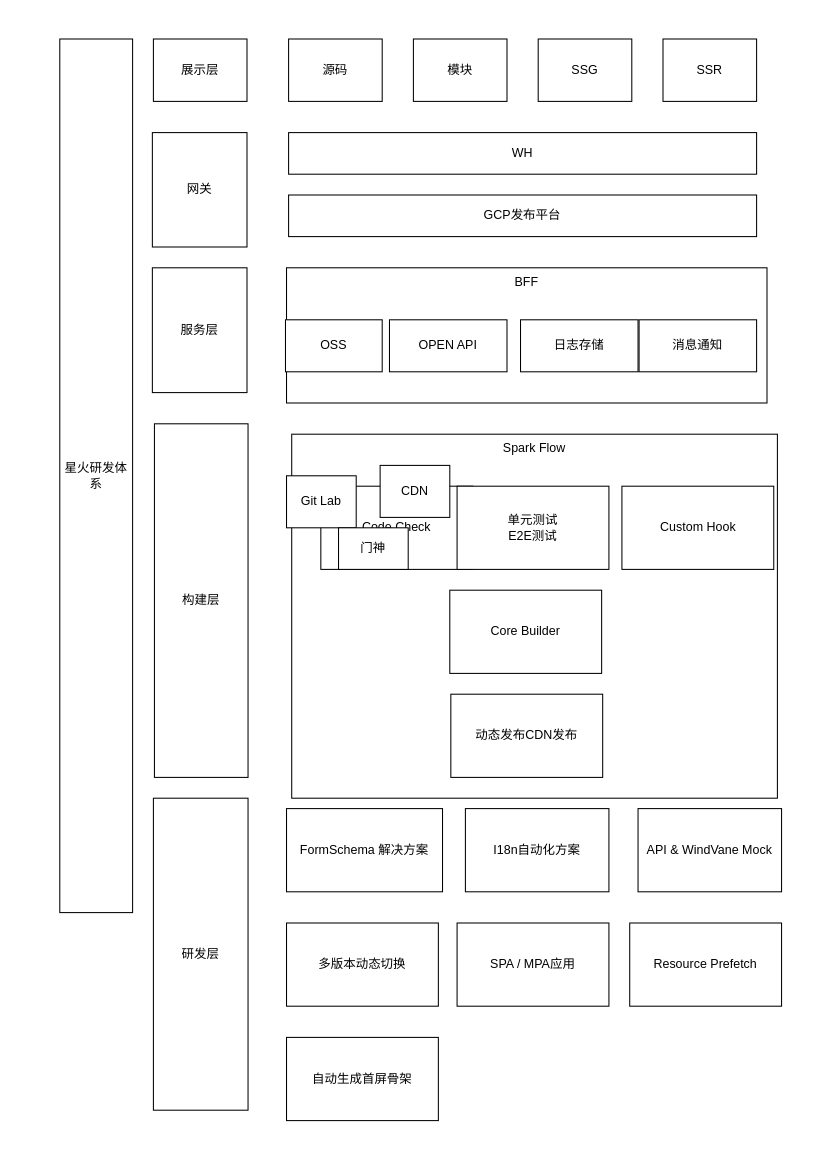
The draw.io diagram 星火架构设计图2.0.drawio in hjyue1/drawDoc, before the edit. Source tidied: cells renumbered, new cells numbered last; positions are measured from the earlier drawing's top-left corner, leaving out a move shared by most shapes. Both pictures are drawn from the tidied source at 104%, with x=0, y=0 at pixel (59, 38).
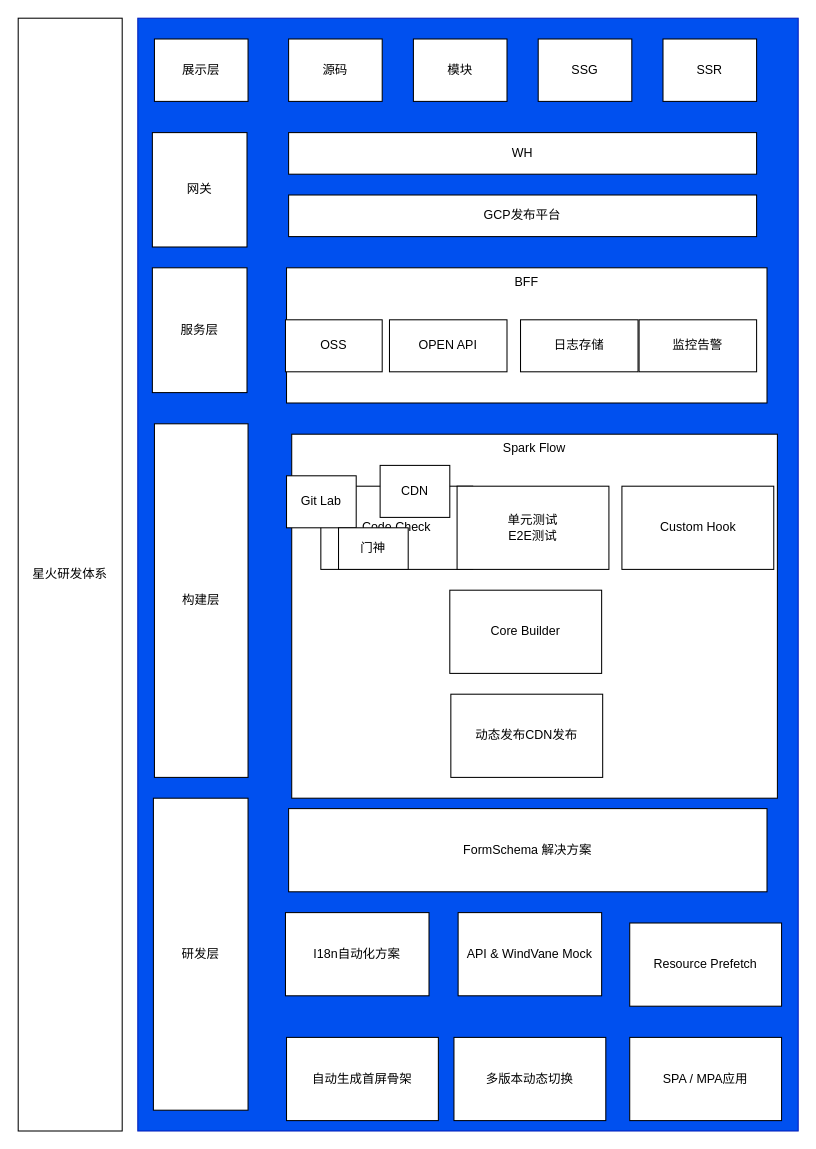
After the change.

Commit message:
更新星火架构设计图2.0.drawio

What changed in the source:
```diff
@@
+    <mxCell id="35" style="rounded=0;whiteSpace=wrap;html=1;fillColor=#0050ef;strokeColor=#001DBC;fontColor=#ffffff;" parent="1" vertex="1">
+      <mxGeometry x="75" y="-20" width="635" height="1070" as="geometry" />
+    </mxCell>
     <mxCell id="2" value="星火研发体系" style="rounded=0;whiteSpace=wrap;html=1;" parent="1" vertex="1">
-      <mxGeometry width="70" height="840" as="geometry" />
+      <mxGeometry x="-40" y="-20" width="100" height="1070" as="geometry" />
     </mxCell>
     <mxCell id="3" value="展示层" style="rounded=0;whiteSpace=wrap;html=1;" parent="1" vertex="1">
-      <mxGeometry x="90" width="90" height="60" as="geometry" />
+      <mxGeometry x="91" width="90" height="60" as="geometry" />
     </mxCell>
@@
     <mxCell id="19" value="FormSchema 解决方案" style="rounded=0;whiteSpace=wrap;html=1;" parent="1" vertex="1">
-      <mxGeometry x="218" y="740" width="150" height="80" as="geometry" />
+      <mxGeometry x="220" y="740" width="460" height="80" as="geometry" />
     </mxCell>
     <mxCell id="20" value="I18n自动化方案" style="rounded=0;whiteSpace=wrap;html=1;" parent="1" vertex="1">
-      <mxGeometry x="390" y="740" width="138" height="80" as="geometry" />
+      <mxGeometry x="217" y="840" width="138" height="80" as="geometry" />
     </mxCell>
@@
     <mxCell id="22" value="多版本动态切换" style="rounded=0;whiteSpace=wrap;html=1;" parent="1" vertex="1">
-      <mxGeometry x="218" y="850" width="146" height="80" as="geometry" />
+      <mxGeometry x="379" y="960" width="146" height="80" as="geometry" />
     </mxCell>
     <mxCell id="23" value="SPA / MPA应用" style="rounded=0;whiteSpace=wrap;html=1;" parent="1" vertex="1">
-      <mxGeometry x="382" y="850" width="146" height="80" as="geometry" />
+      <mxGeometry x="548" y="960" width="146" height="80" as="geometry" />
     </mxCell>
     <mxCell id="24" value="API &amp;amp; WindVane Mock" style="rounded=0;whiteSpace=wrap;html=1;" parent="1" vertex="1">
-      <mxGeometry x="556" y="740" width="138" height="80" as="geometry" />
+      <mxGeometry x="383" y="840" width="138" height="80" as="geometry" />
     </mxCell>
@@
-    <mxCell id="31" value="&lt;div class=&quot;lake-content&quot;&gt;消息通知&lt;/div&gt;" style="rounded=0;whiteSpace=wrap;html=1;" parent="1" vertex="1">
+    <mxCell id="31" value="&lt;div class=&quot;lake-content&quot;&gt;监控告警&lt;/div&gt;" style="rounded=0;whiteSpace=wrap;html=1;" parent="1" vertex="1">
       <mxGeometry x="557" y="270" width="113" height="50" as="geometry" />
     </mxCell>
```
